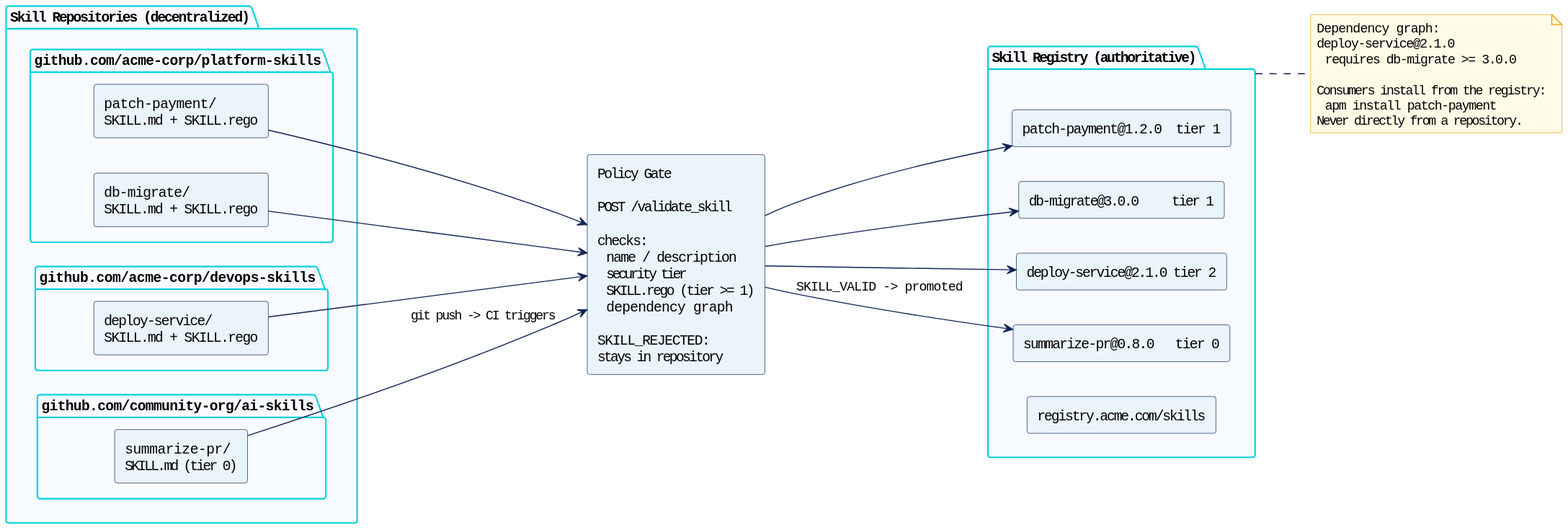
The PlantUML diagram static/assets/skill-governance/skill-concept.svg in owulveryck/owulveryck.github.io, before a commit.
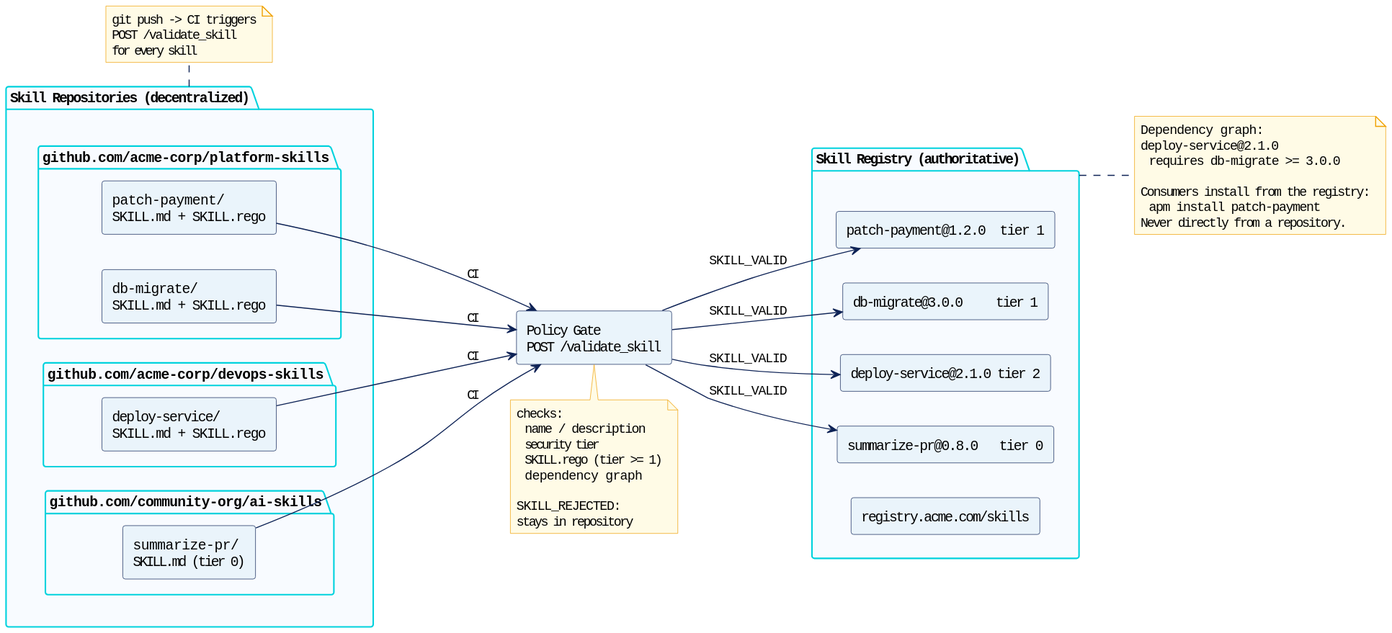
Above is the later version.

What changed in the source:
```diff
@@ -30,7 +30,18 @@
 
 }
 
-component "Policy Gate\n\nPOST /validate_skill\n\nchecks:\n  name / description\n  security tier\n  SKILL.rego (tier >= 1)\n  dependency graph\n\nSKILL_REJECTED:\nstays in repository" as GATE
+component "Policy Gate\nPOST /validate_skill" as GATE
+
+note bottom of GATE
+  checks:
+    name / description
+    security tier
+    SKILL.rego (tier >= 1)
+    dependency graph
+
+  SKILL_REJECTED:
+  stays in repository
+end note
 
 package "Skill Registry (authoritative)" as REG {
   [registry.acme.com/skills] as IDX
@@ -50,13 +61,19 @@
   Never directly from a repository.
 end note
 
-S1 --> GATE
-S2 --> GATE
-S3 --> GATE
-S4 --> GATE : git push -> CI triggers
+S1 --> GATE : CI
+S2 --> GATE : CI
+S3 --> GATE : CI
+S4 --> GATE : CI
 
-GATE --> R1
-GATE --> R2
-GATE --> R3
-GATE --> R4 : SKILL_VALID -> promoted
+GATE --> R1 : SKILL_VALID
+GATE --> R2 : SKILL_VALID
+GATE --> R3 : SKILL_VALID
+GATE --> R4 : SKILL_VALID
+
+note bottom of REPOS
+  git push -> CI triggers
+  POST /validate_skill
+  for every skill
+end note
 @enduml
```
